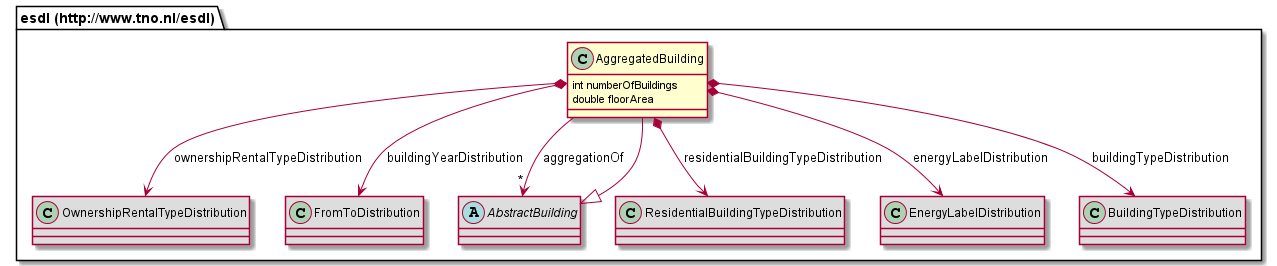
The PlantUML diagram 687474703a2f2f7777772e746e6f2e6e6c2f6573646c/AggregatedBuilding.png in EnergyTransition/energytransition.github.io, before a commit.
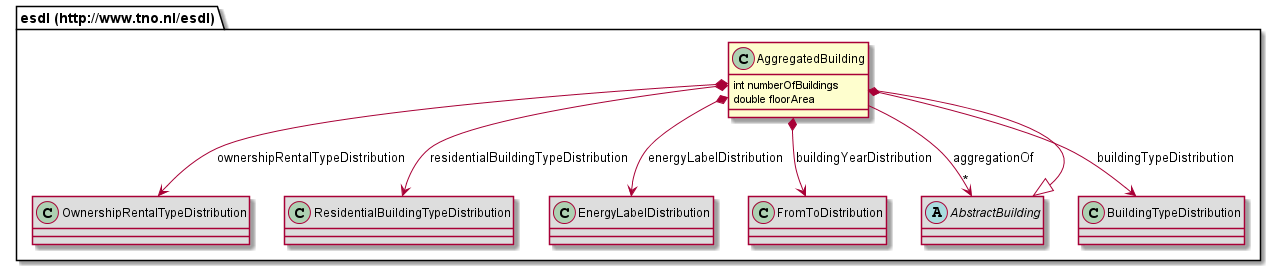
Above is the later version.

What changed in the source:
```diff
@@ -3,15 +3,15 @@
 	int numberOfBuildings
 	double floorArea
 }
-abstract class "esdl (http://www.tno.nl/esdl).AbstractBuilding" [[#router/doc-content/687474703a2f2f7777772e746e6f2e6e6c2f6573646c/AbstractBuilding.html{Describes the shared properties of building, building unit and aggregated building}]] #DDDDDD {
-}
 class "esdl (http://www.tno.nl/esdl).OwnershipRentalTypeDistribution" [[#router/doc-content/687474703a2f2f7777772e746e6f2e6e6c2f6573646c/OwnershipRentalTypeDistribution.html{Specifies the way the housing type is distributed in this area (e.g. Owner occupied, Housing Association, Private Rental), specifing the percentage of buildings per housing type.}]] #DDDDDD {
-}
-class "esdl (http://www.tno.nl/esdl).FromToDistribution" [[#router/doc-content/687474703a2f2f7777772e746e6f2e6e6c2f6573646c/FromToDistribution.html{Defines a distribution in terms of ‘from’ and ‘to’}]] #DDDDDD {
 }
 class "esdl (http://www.tno.nl/esdl).ResidentialBuildingTypeDistribution" [[#router/doc-content/687474703a2f2f7777772e746e6f2e6e6c2f6573646c/ResidentialBuildingTypeDistribution.html{Specifies the way the residential building type is distributed in this area (e.g. Vrijstaande Woning, Hoekwoning, Flatwoning), specifing the percentage of buildings per residential type.}]] #DDDDDD {
 }
 class "esdl (http://www.tno.nl/esdl).EnergyLabelDistribution" [[#router/doc-content/687474703a2f2f7777772e746e6f2e6e6c2f6573646c/EnergyLabelDistribution.html{Defines a distribution in terms of energy labels}]] #DDDDDD {
+}
+class "esdl (http://www.tno.nl/esdl).FromToDistribution" [[#router/doc-content/687474703a2f2f7777772e746e6f2e6e6c2f6573646c/FromToDistribution.html{Defines a distribution in terms of ‘from’ and ‘to’}]] #DDDDDD {
+}
+abstract class "esdl (http://www.tno.nl/esdl).AbstractBuilding" [[#router/doc-content/687474703a2f2f7777772e746e6f2e6e6c2f6573646c/AbstractBuilding.html{Describes the shared properties of building, building unit and aggregated building}]] #DDDDDD {
 }
 class "esdl (http://www.tno.nl/esdl).BuildingTypeDistribution" [[#router/doc-content/687474703a2f2f7777772e746e6f2e6e6c2f6573646c/BuildingTypeDistribution.html{Specifies the way the building type is distributed in this area (e.g. Utility, Residential), specifing the percentage of buildings per type.}]] #DDDDDD {
 }
```
